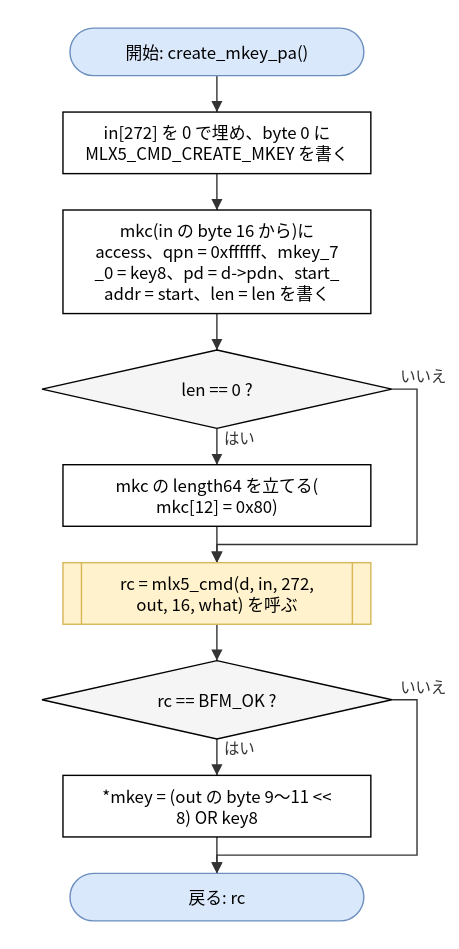
Above: doc/spec/images/flow_src_mlx5_hca-create_mkey_pa.drawio.svg in hf355051012-ai/bfmem (draw.io), before the change. Source tidied: cells renumbered, new cells last; positions are measured from the earlier drawing's top-left corner, leaving out a move shared by most shapes.
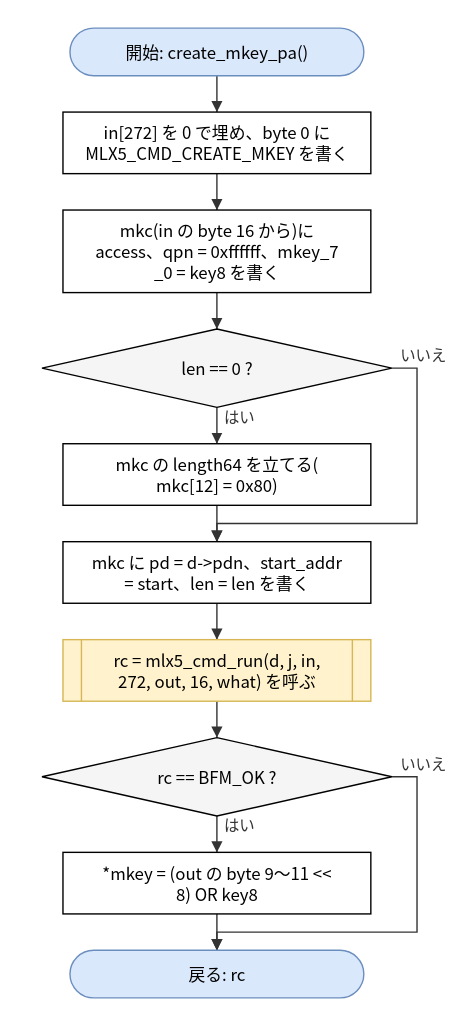
After the change.

The edit, as a diff of the source:
```diff
@@ -8,27 +8,30 @@
     <mxCell id="3" value="in[272] を 0 で埋め、byte 0 に&lt;br&gt;MLX5_CMD_CREATE_MKEY を書く" style="rounded=0;whiteSpace=wrap;html=1;" parent="1" vertex="1">
       <mxGeometry x="15" y="60" width="220" height="44" as="geometry" />
     </mxCell>
-    <mxCell id="4" value="mkc(in の byte 16 から)に&lt;br&gt;access、qpn = 0xffffff、mkey_7&lt;br&gt;_0 = key8、pd = d-&amp;gt;pdn、start_&lt;br&gt;addr = start、len = len を書く" style="rounded=0;whiteSpace=wrap;html=1;" parent="1" vertex="1">
-      <mxGeometry x="15" y="130" width="220" height="74" as="geometry" />
+    <mxCell id="4" value="mkc(in の byte 16 から)に&lt;br&gt;access、qpn = 0xffffff、mkey_7&lt;br&gt;_0 = key8 を書く" style="rounded=0;whiteSpace=wrap;html=1;" parent="1" vertex="1">
+      <mxGeometry x="15" y="130" width="220" height="59" as="geometry" />
     </mxCell>
     <mxCell id="5" value="len == 0 ?" style="rhombus;whiteSpace=wrap;html=1;fillColor=#f5f5f5;" parent="1" vertex="1">
-      <mxGeometry y="230" width="250" height="56" as="geometry" />
+      <mxGeometry y="215" width="250" height="56" as="geometry" />
     </mxCell>
     <mxCell id="6" value="mkc の length64 を立てる(&lt;br&gt;mkc[12] = 0x80)" style="rounded=0;whiteSpace=wrap;html=1;" parent="1" vertex="1">
-      <mxGeometry x="15" y="312" width="220" height="44" as="geometry" />
+      <mxGeometry x="15" y="297" width="220" height="44" as="geometry" />
     </mxCell>
-    <mxCell id="7" value="rc = mlx5_cmd(d, in, 272,&lt;br&gt;out, 16, what) を呼ぶ" style="shape=process;whiteSpace=wrap;html=1;backgroundOutline=1;size=0.06;fillColor=#fff2cc;strokeColor=#d6b656;" parent="1" vertex="1">
-      <mxGeometry x="15" y="382" width="220" height="44" as="geometry" />
+    <mxCell id="7" value="mkc に pd = d-&amp;gt;pdn、start_addr&lt;br&gt;= start、len = len を書く" style="rounded=0;whiteSpace=wrap;html=1;" parent="1" vertex="1">
+      <mxGeometry x="15" y="367" width="220" height="44" as="geometry" />
     </mxCell>
-    <mxCell id="8" value="rc == BFM_OK ?" style="rhombus;whiteSpace=wrap;html=1;fillColor=#f5f5f5;" parent="1" vertex="1">
-      <mxGeometry y="452" width="250" height="56" as="geometry" />
+    <mxCell id="8" value="rc = mlx5_cmd_run(d, j, in,&lt;br&gt;272, out, 16, what) を呼ぶ" style="shape=process;whiteSpace=wrap;html=1;backgroundOutline=1;size=0.06;fillColor=#fff2cc;strokeColor=#d6b656;" parent="1" vertex="1">
+      <mxGeometry x="15" y="437" width="220" height="44" as="geometry" />
     </mxCell>
-    <mxCell id="9" value="*mkey = (out の byte 9〜11 &amp;lt;&amp;lt;&lt;br&gt;8) OR key8" style="rounded=0;whiteSpace=wrap;html=1;" parent="1" vertex="1">
-      <mxGeometry x="15" y="534" width="220" height="44" as="geometry" />
+    <mxCell id="9" value="rc == BFM_OK ?" style="rhombus;whiteSpace=wrap;html=1;fillColor=#f5f5f5;" parent="1" vertex="1">
+      <mxGeometry y="507" width="250" height="56" as="geometry" />
     </mxCell>
-    <mxCell id="10" value="戻る: rc" style="rounded=1;arcSize=50;whiteSpace=wrap;html=1;fillColor=#dae8fc;strokeColor=#6c8ebf;" parent="1" vertex="1">
-      <mxGeometry x="20" y="604" width="210" height="34" as="geometry" />
+    <mxCell id="10" value="*mkey = (out の byte 9〜11 &amp;lt;&amp;lt;&lt;br&gt;8) OR key8" style="rounded=0;whiteSpace=wrap;html=1;" parent="1" vertex="1">
+      <mxGeometry x="15" y="589" width="220" height="44" as="geometry" />
     </mxCell>
+    <mxCell id="21" value="戻る: rc" style="rounded=1;arcSize=50;whiteSpace=wrap;html=1;fillColor=#dae8fc;strokeColor=#6c8ebf;" parent="1" vertex="1">
+      <mxGeometry x="20" y="659" width="210" height="34" as="geometry" />
+    </mxCell>
     <mxCell id="11" style="edgeStyle=none;html=1;rounded=0;endArrow=block;endFill=1;exitX=0.5000;exitY=1.0000;exitDx=0;exitDy=0;exitPerimeter=0;entryX=0.5000;entryY=0.0000;entryDx=0;entryDy=0;entryPerimeter=0;" parent="1" edge="1" source="2" target="3">
       <mxGeometry relative="1" as="geometry" />
     </mxCell>
@@ -47,29 +50,32 @@
     <mxCell id="16" value="いいえ" style="edgeStyle=none;html=1;rounded=0;endArrow=block;endFill=1;exitX=1.0000;exitY=0.5000;exitDx=0;exitDy=0;exitPerimeter=0;entryX=0.5000;entryY=0.0000;entryDx=0;entryDy=0;entryPerimeter=0;" parent="1" edge="1" source="5" target="7">
       <mxGeometry relative="1" as="geometry">
         <Array as="points">
-          <mxPoint x="268" y="258" />
-          <mxPoint x="268" y="369" />
-          <mxPoint x="125" y="369" />
+          <mxPoint x="268" y="243" />
+          <mxPoint x="268" y="354" />
+          <mxPoint x="125" y="354" />
         </Array>
       </mxGeometry>
     </mxCell>
     <mxCell id="17" style="edgeStyle=none;html=1;rounded=0;endArrow=block;endFill=1;exitX=0.5000;exitY=1.0000;exitDx=0;exitDy=0;exitPerimeter=0;entryX=0.5000;entryY=0.0000;entryDx=0;entryDy=0;entryPerimeter=0;" parent="1" edge="1" source="7" target="8">
       <mxGeometry relative="1" as="geometry" />
     </mxCell>
-    <mxCell id="18" value="はい" style="edgeStyle=none;html=1;rounded=0;endArrow=block;endFill=1;exitX=0.5000;exitY=1.0000;exitDx=0;exitDy=0;exitPerimeter=0;entryX=0.5000;entryY=0.0000;entryDx=0;entryDy=0;entryPerimeter=0;" parent="1" edge="1" source="8" target="9">
+    <mxCell id="18" style="edgeStyle=none;html=1;rounded=0;endArrow=block;endFill=1;exitX=0.5000;exitY=1.0000;exitDx=0;exitDy=0;exitPerimeter=0;entryX=0.5000;entryY=0.0000;entryDx=0;entryDy=0;entryPerimeter=0;" parent="1" edge="1" source="8" target="9">
       <mxGeometry relative="1" as="geometry" />
     </mxCell>
-    <mxCell id="19" style="edgeStyle=none;html=1;rounded=0;endArrow=block;endFill=1;exitX=0.5000;exitY=1.0000;exitDx=0;exitDy=0;exitPerimeter=0;entryX=0.5000;entryY=0.0000;entryDx=0;entryDy=0;entryPerimeter=0;" parent="1" edge="1" source="9" target="10">
+    <mxCell id="19" value="はい" style="edgeStyle=none;html=1;rounded=0;endArrow=block;endFill=1;exitX=0.5000;exitY=1.0000;exitDx=0;exitDy=0;exitPerimeter=0;entryX=0.5000;entryY=0.0000;entryDx=0;entryDy=0;entryPerimeter=0;" parent="1" edge="1" source="9" target="10">
       <mxGeometry relative="1" as="geometry" />
     </mxCell>
-    <mxCell id="20" value="いいえ" style="edgeStyle=none;html=1;rounded=0;endArrow=block;endFill=1;exitX=1.0000;exitY=0.5000;exitDx=0;exitDy=0;exitPerimeter=0;entryX=0.5000;entryY=0.0000;entryDx=0;entryDy=0;entryPerimeter=0;" parent="1" edge="1" source="8" target="10">
-      <mxGeometry relative="1" as="geometry">
-        <Array as="points">
-          <mxPoint x="268" y="480" />
-          <mxPoint x="268" y="591" />
-          <mxPoint x="125" y="591" />
-        </Array>
-      </mxGeometry>
+    <mxCell id="20" style="edgeStyle=none;html=1;rounded=0;endArrow=block;endFill=1;exitX=0.5000;exitY=1.0000;exitDx=0;exitDy=0;exitPerimeter=0;entryX=0.5000;entryY=0.0000;entryDx=0;entryDy=0;entryPerimeter=0;" parent="1" edge="1" source="10" target="21">
+      <mxGeometry relative="1" as="geometry" />
     </mxCell>
+    <mxCell id="22" value="いいえ" style="edgeStyle=none;html=1;rounded=0;endArrow=block;endFill=1;exitX=1.0000;exitY=0.5000;exitDx=0;exitDy=0;exitPerimeter=0;entryX=0.5000;entryY=0.0000;entryDx=0;entryDy=0;entryPerimeter=0;" parent="1" edge="1" source="9" target="21">
+      <mxGeometry relative="1" as="geometry">
+        <Array as="points">
+          <mxPoint x="268" y="535" />
+          <mxPoint x="268" y="646" />
+          <mxPoint x="125" y="646" />
+        </Array>
+      </mxGeometry>
+    </mxCell>
   </root>
 </mxGraphModel>
```
